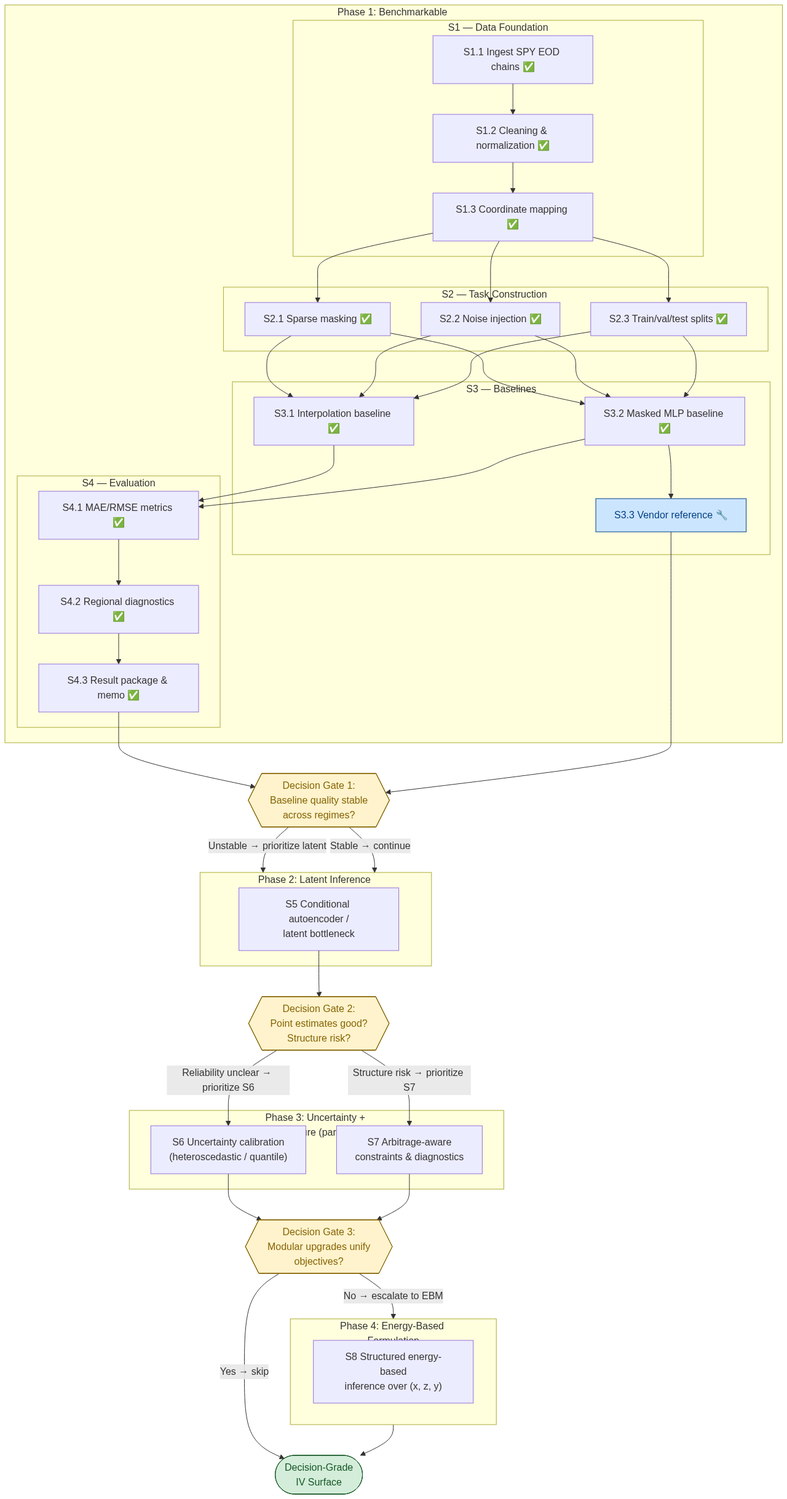
Above: docs/roadmaps/flowchart_deps.png in zymeng1998/neural-iv-surface-inference (Mermaid), before the change. Its source is kept beside it as docs/roadmaps/flowchart_deps.mmd. Its diagram source:
```mermaid
flowchart TD
    subgraph Phase1["Phase 1: Benchmarkable Prototype"]
        direction TB

        subgraph S1["S1 — Data Foundation"]
            S11["S1.1 Ingest SPY EOD chains ✅"]
            S12["S1.2 Cleaning & normalization ✅"]
            S13["S1.3 Coordinate mapping ✅"]
            S11 --> S12 --> S13
        end

        subgraph S2["S2 — Task Construction (parallel)"]
            S21["S2.1 Sparse masking ✅"]
            S22["S2.2 Noise injection ✅"]
            S23["S2.3 Train/val/test splits ✅"]
        end

        subgraph S3["S3 — Baselines"]
            S31["S3.1 Interpolation baseline ✅"]
            S32["S3.2 Masked MLP baseline ✅"]
            S33["S3.3 Vendor reference 🔧"]
        end

        subgraph S4["S4 — Evaluation"]
            S41["S4.1 MAE/RMSE metrics ✅"]
            S42["S4.2 Regional diagnostics ✅"]
            S43["S4.3 Result package & memo ✅"]
        end

        S13 --> S21 & S22 & S23
        S21 & S22 & S23 --> S31 & S32
        S32 --> S33
        S31 & S32 --> S41 --> S42 --> S43
    end

    DG1{{"Decision Gate 1:<br/>Baseline quality stable<br/>across regimes?"}}
    S43 & S33 --> DG1

    subgraph Phase2["Phase 2: Latent Inference Upgrade"]
        S5["S5 Conditional autoencoder /<br/>latent bottleneck"]
    end

    DG1 -- "Unstable → prioritize latent" --> Phase2
    DG1 -- "Stable → continue" --> Phase2

    DG2{{"Decision Gate 2:<br/>Point estimates good?<br/>Structure risk?"}}
    S5 --> DG2

    subgraph Phase3["Phase 3: Uncertainty + Structure (parallel)"]
        S6["S6 Uncertainty calibration<br/>(heteroscedastic / quantile)"]
        S7["S7 Arbitrage-aware<br/>constraints & diagnostics"]
    end

    DG2 -- "Reliability unclear → prioritize S6" --> S6
    DG2 -- "Structure risk → prioritize S7" --> S7

    DG3{{"Decision Gate 3:<br/>Modular upgrades unify<br/>objectives?"}}
    S6 & S7 --> DG3

    subgraph Phase4["Phase 4: Energy-Based Formulation"]
        S8["S8 Structured energy-based<br/>inference over (x, z, y)"]
    end

    DG3 -- "No → escalate to EBM" --> Phase4
    DG3 -- "Yes → skip" --> FINAL

    Phase4 --> FINAL

    FINAL(["Decision-Grade<br/>IV Surface"])

    style DG1 fill:#fff3cd,stroke:#856404,color:#856404
    style DG2 fill:#fff3cd,stroke:#856404,color:#856404
    style DG3 fill:#fff3cd,stroke:#856404,color:#856404
    style FINAL fill:#d4edda,stroke:#155724,color:#155724
    style S33 fill:#cce5ff,stroke:#004085,color:#004085
```
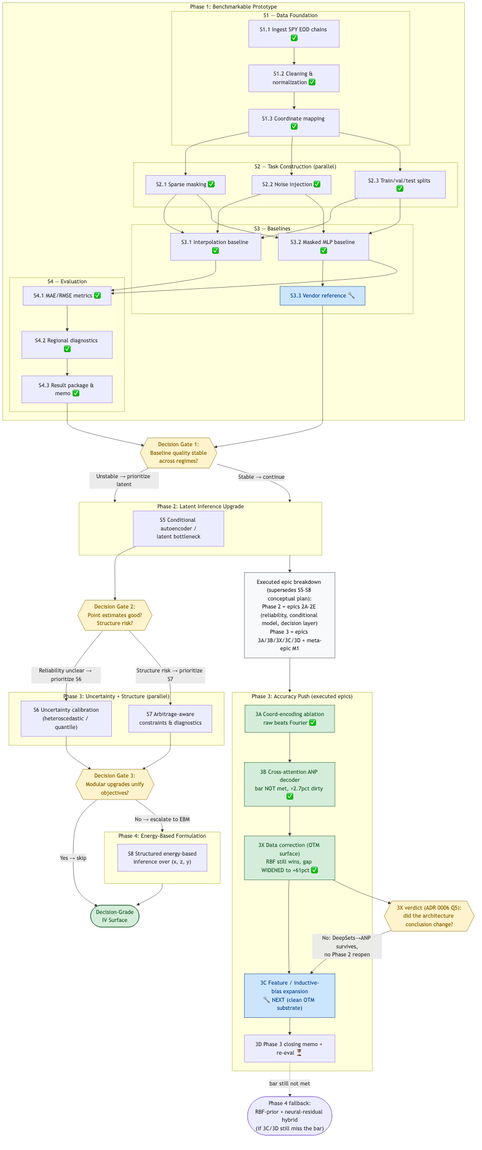
Later version of the same file.

Change to the diagram source:
```diff
@@ -68,8 +68,34 @@
 
     FINAL(["Decision-Grade<br/>IV Surface"])
 
+    EXECNOTE["Executed epic breakdown (supersedes S5–S8 conceptual plan):<br/>Phase 2 = epics 2A–2E (reliability, conditional model, decision layer)<br/>Phase 3 = epics 3A/3B/3X/3C/3D + meta-epic M1"]
+    Phase2 --> EXECNOTE --> Phase3AP
+
+    subgraph Phase3AP["Phase 3: Accuracy Push (executed epics)"]
+        direction TB
+        E3A["3A Coord-encoding ablation<br/>raw beats Fourier ✅"]
+        E3B["3B Cross-attention ANP decoder<br/>bar NOT met, +2.7pct dirty ✅"]
+        E3X["3X Data correction (OTM surface)<br/>RBF still wins, gap WIDENED to +61pct ✅"]
+        E3C["3C Feature / inductive-bias expansion<br/>🔧 NEXT (clean OTM substrate)"]
+        E3D["3D Phase 3 closing memo + re-eval ⏳"]
+        E3A --> E3B --> E3X --> E3C --> E3D
+    end
+
+    DG3X{{"3X verdict (ADR 0006 Q5):<br/>did the architecture conclusion change?"}}
+    E3X --> DG3X
+    DG3X -- "No: DeepSets→ANP survives,<br/>no Phase 2 reopen" --> E3C
+
+    P4FALL(["Phase 4 fallback:<br/>RBF-prior + neural-residual hybrid<br/>(if 3C/3D still miss the bar)"])
+    E3D -. "bar still not met" .-> P4FALL
+
     style DG1 fill:#fff3cd,stroke:#856404,color:#856404
     style DG2 fill:#fff3cd,stroke:#856404,color:#856404
     style DG3 fill:#fff3cd,stroke:#856404,color:#856404
+    style DG3X fill:#fff3cd,stroke:#856404,color:#856404
     style FINAL fill:#d4edda,stroke:#155724,color:#155724
     style S33 fill:#cce5ff,stroke:#004085,color:#004085
+    style E3A fill:#d4edda,stroke:#155724,color:#155724
+    style E3B fill:#d4edda,stroke:#155724,color:#155724
+    style E3X fill:#d4edda,stroke:#155724,color:#155724
+    style E3C fill:#cce5ff,stroke:#004085,color:#004085
+    style EXECNOTE fill:#f8f9fa,stroke:#495057,color:#212529
```
